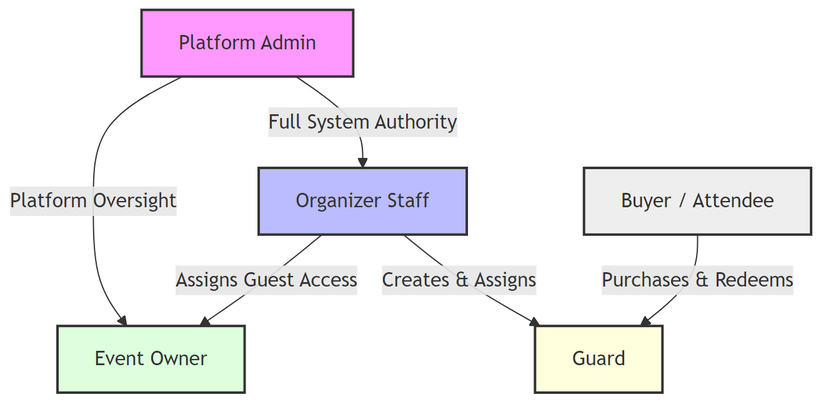
Before: doc/diagrams/roleandprivileage/01-role-relationships.png, a diagram exported from Mermaid (kreativesahara/ticket). Its source is kept beside it as doc/diagrams/roleandprivileage/01-role-relationships.mmd.
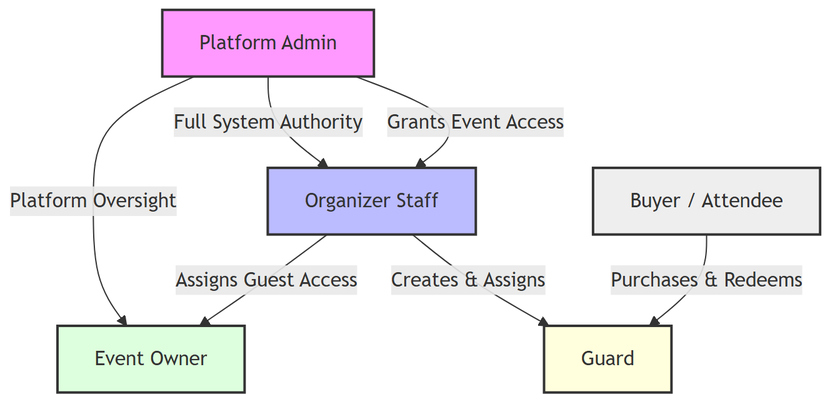
Later version of the same file.

The edit, as a diff of the source:
```diff
@@ -12,6 +12,7 @@
     BY[Buyer / Attendee]:::guest
 
     PA -->|Full System Authority| OS
+    PA -->|Grants Event Access| OS
     PA -->|Platform Oversight| EO
     OS -->|Assigns Guest Access| EO
     OS -->|Creates & Assigns| GD
```
